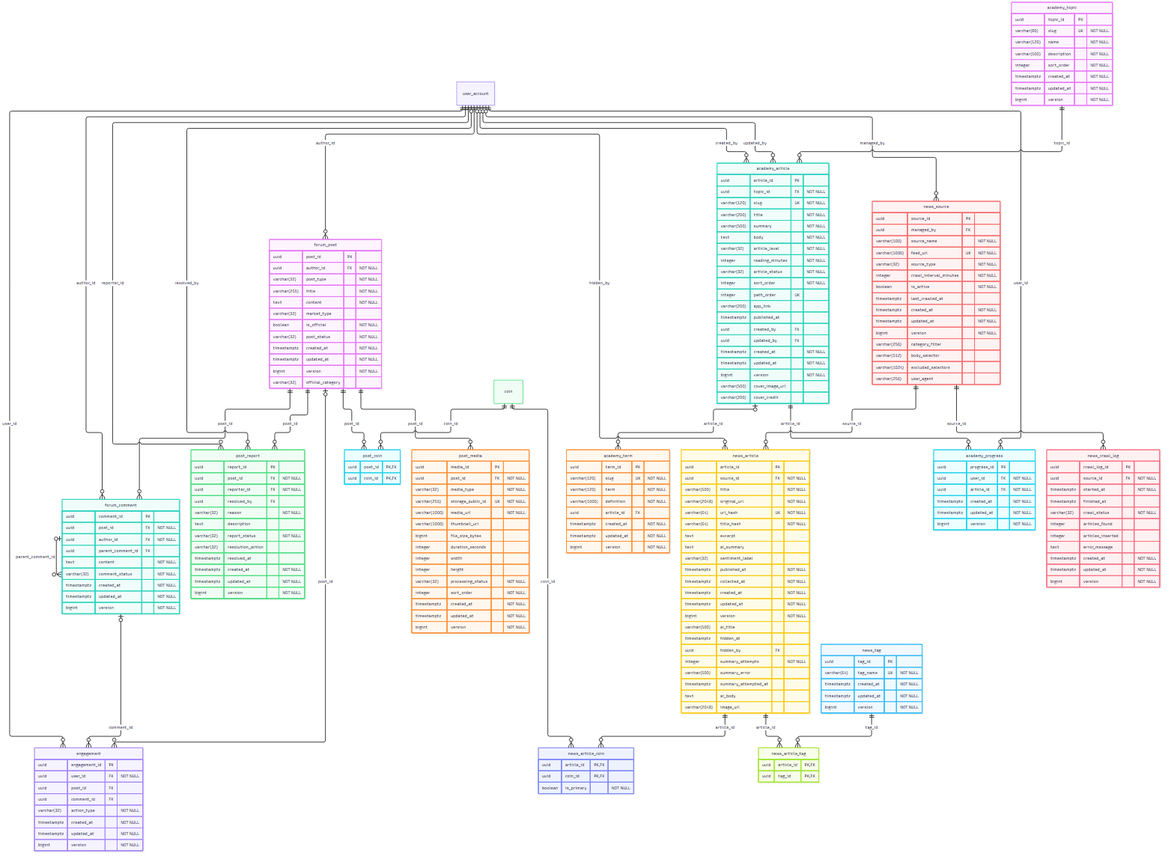
nguyenluc2411/cryptopilot_project keeps this Mermaid diagram as specs/diagrams/erd/ERD-05_community_news_and_academy.png. Above is the earlier version. Its source is kept beside it as specs/diagrams/erd/ERD-05_community_news_and_academy.mmd.
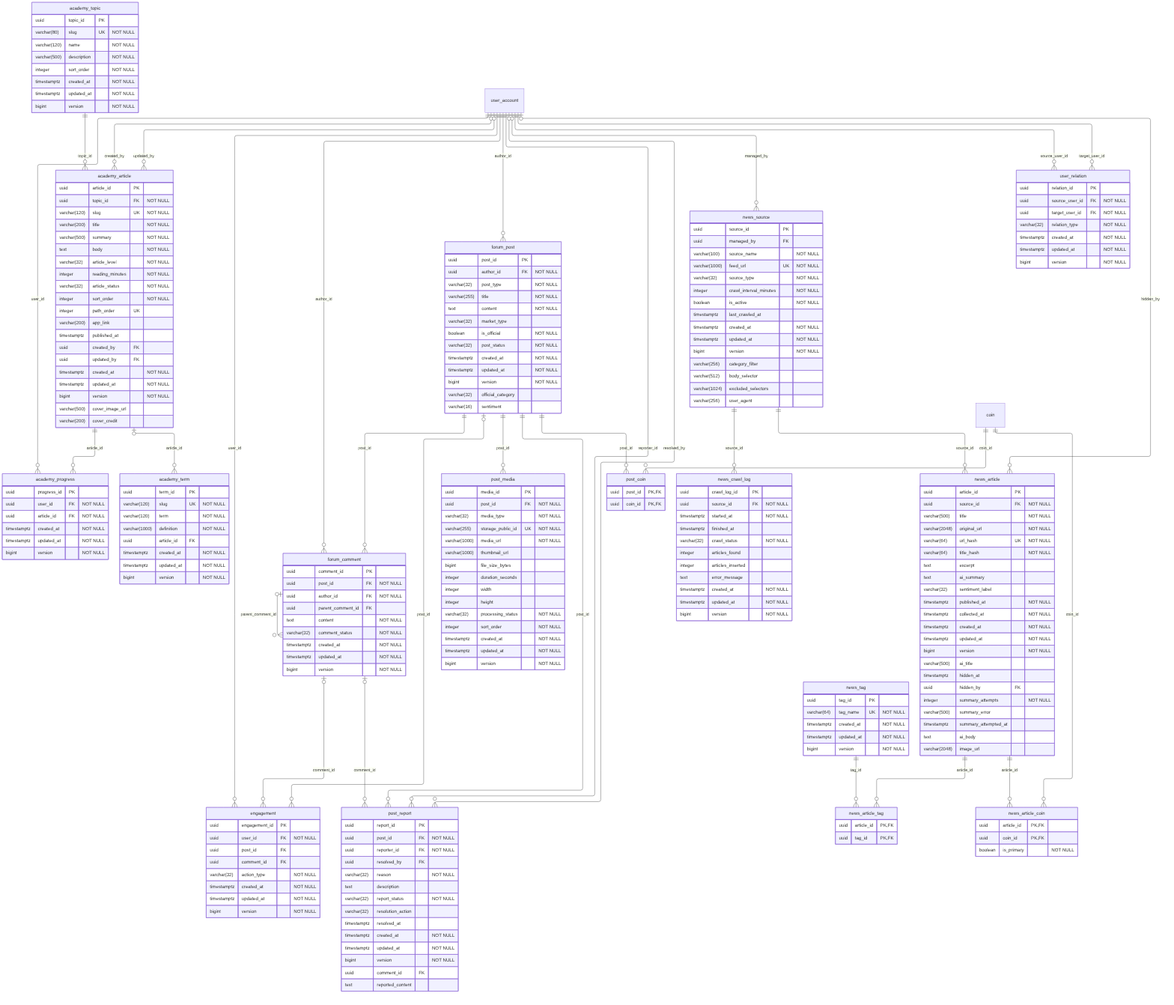
After the commit.

What changed in the source:
```diff
@@ -12,6 +12,16 @@
         timestamptz updated_at "NOT NULL"
         bigint version "NOT NULL"
         varchar(32) official_category
+        varchar(16) sentiment
+    }
+    user_relation {
+        uuid relation_id PK
+        uuid source_user_id FK "NOT NULL"
+        uuid target_user_id FK "NOT NULL"
+        varchar(32) relation_type "NOT NULL"
+        timestamptz created_at "NOT NULL"
+        timestamptz updated_at "NOT NULL"
+        bigint version "NOT NULL"
     }
     forum_comment {
         uuid comment_id PK
@@ -58,6 +68,8 @@
         timestamptz created_at "NOT NULL"
         timestamptz updated_at "NOT NULL"
         bigint version "NOT NULL"
+        uuid comment_id FK
+        text reported_content
     }
     engagement {
         uuid engagement_id PK
@@ -196,6 +208,7 @@
     coin ||--o{ post_coin : "coin_id"
     forum_comment |o--o{ engagement : "comment_id"
     forum_comment |o--o{ forum_comment : "parent_comment_id"
+    forum_comment |o--o{ post_report : "comment_id"
     forum_post |o--o{ engagement : "post_id"
     forum_post ||--o{ forum_comment : "post_id"
     forum_post ||--o{ post_coin : "post_id"
@@ -216,3 +229,5 @@
     user_account |o--o{ news_source : "managed_by"
     user_account ||--o{ post_report : "reporter_id"
     user_account |o--o{ post_report : "resolved_by"
+    user_account ||--o{ user_relation : "source_user_id"
+    user_account ||--o{ user_relation : "target_user_id"
```
